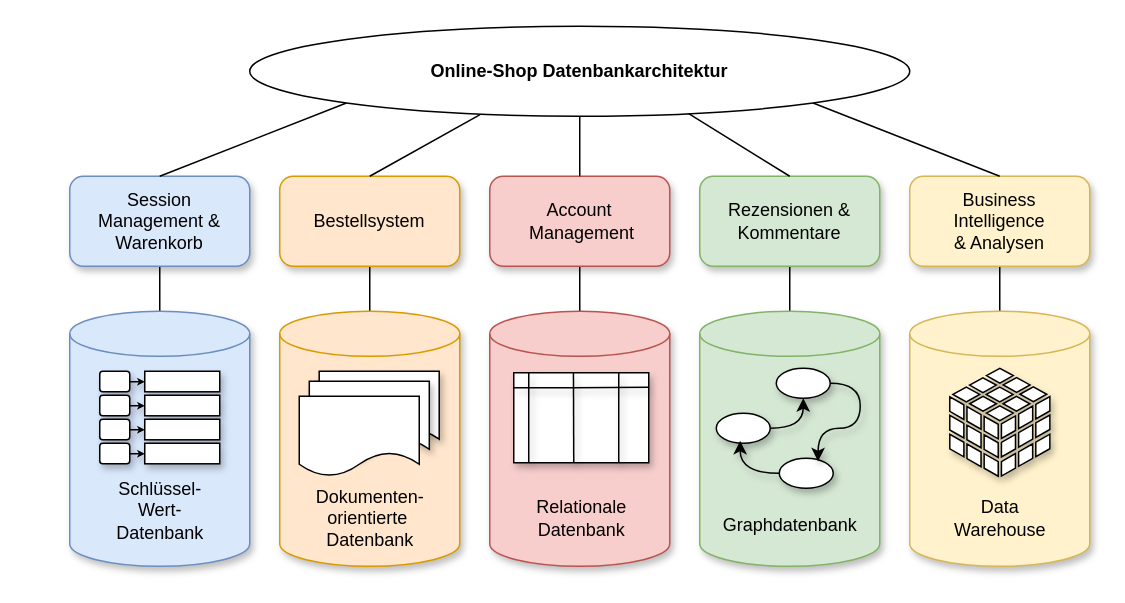
Before: images/online-shop-db-architecture.drawio in manuelhier/DHBW_Assignment_ADT, a draw.io diagram. Source tidied: cells renumbered, new cells numbered last; positions are measured from the earlier drawing's top-left corner, leaving out a move shared by most shapes. Both pictures are drawn from the tidied source at 150%, with x=0, y=0 at pixel (32, 26).
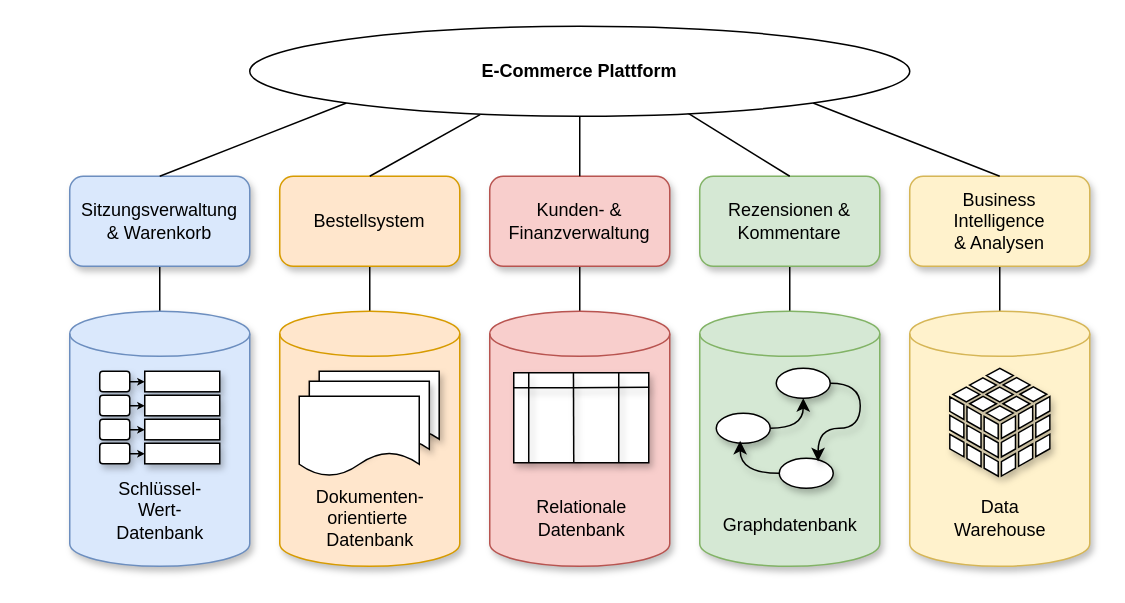
Above is the later version.

Change to the diagram source:
```diff
@@
-    <mxCell id="3" value="Session &lt;br&gt;Management &amp;amp; Warenkorb" style="rounded=1;whiteSpace=wrap;html=1;shadow=1;fillColor=#dae8fc;strokeColor=#6c8ebf;fontFamily=Helvetica;" parent="1" vertex="1">
+    <mxCell id="3" value="Sitzungsverwaltung&lt;br&gt;&lt;div&gt;&amp;amp; Warenkorb&lt;/div&gt;" style="rounded=1;whiteSpace=wrap;html=1;shadow=1;fillColor=#dae8fc;strokeColor=#6c8ebf;fontFamily=Helvetica;" parent="1" vertex="1">
       <mxGeometry x="25" y="100" width="120" height="60" as="geometry" />
     </mxCell>
@@
-    <mxCell id="7" value="Account&lt;br&gt;&amp;nbsp;Management" style="rounded=1;whiteSpace=wrap;html=1;shadow=1;fillColor=#f8cecc;strokeColor=#b85450;fontFamily=Helvetica;" parent="1" vertex="1">
+    <mxCell id="7" value="Kunden- &amp;amp;&lt;br&gt;Finanzverwaltung" style="rounded=1;whiteSpace=wrap;html=1;shadow=1;fillColor=#f8cecc;strokeColor=#b85450;fontFamily=Helvetica;" parent="1" vertex="1">
       <mxGeometry x="305" y="100" width="120" height="60" as="geometry" />
     </mxCell>
@@
-    <mxCell id="58" value="Online-Shop Datenbankarchitektur" style="ellipse;whiteSpace=wrap;html=1;fontStyle=1;" parent="1" vertex="1">
+    <mxCell id="58" value="E-Commerce Plattform" style="ellipse;whiteSpace=wrap;html=1;fontStyle=1;" parent="1" vertex="1">
       <mxGeometry x="145" width="440" height="60" as="geometry" />
     </mxCell>
```
